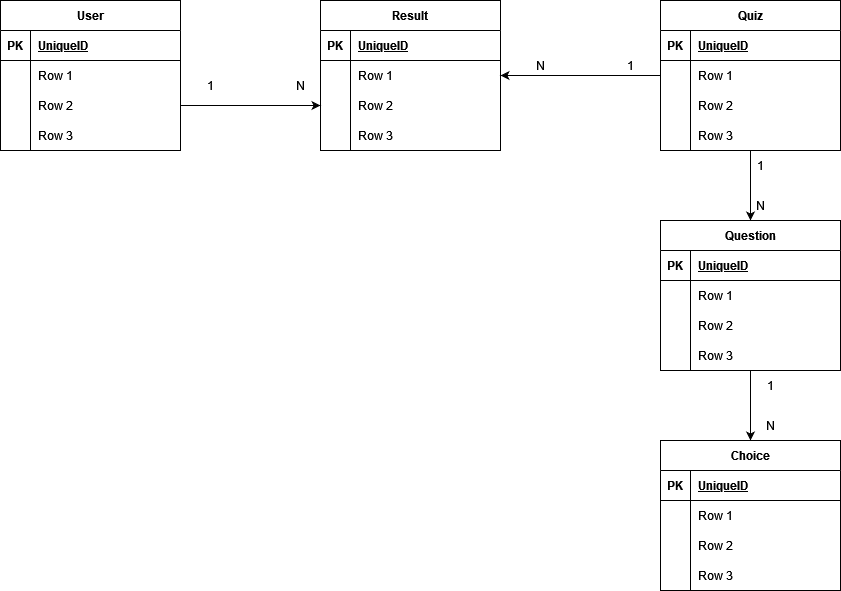
The draw.io diagram docs/DB schema.drawio.png in mikolaz27/quizez_2023, before a commit. Source tidied: cells renumbered, new cells last; positions are measured from the earlier drawing's top-left corner, leaving out a move shared by most shapes.
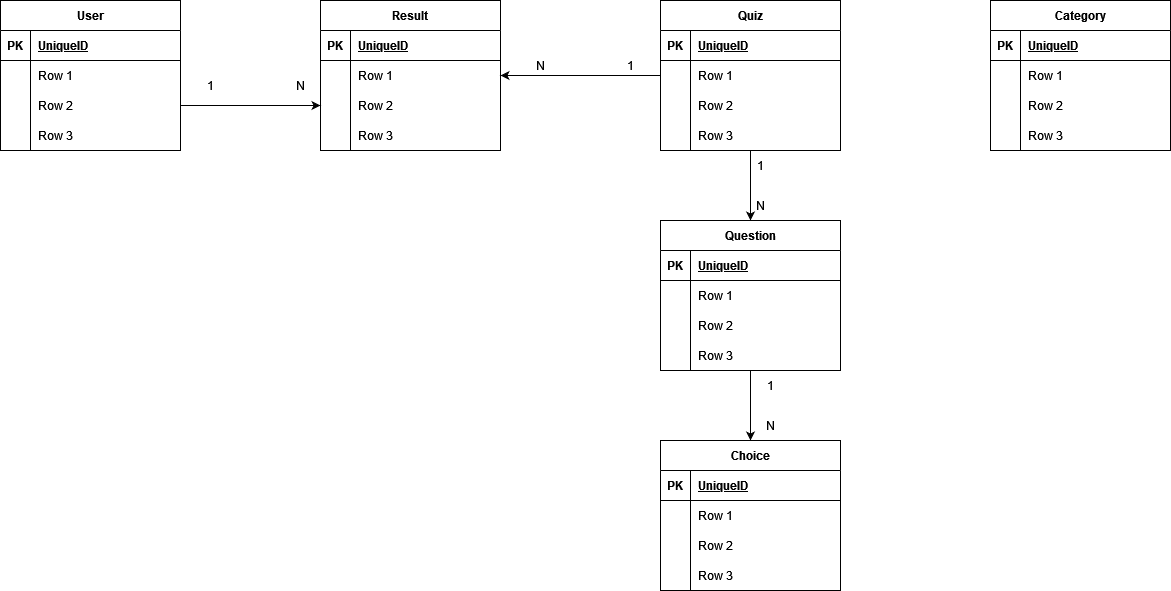
The same diagram one commit later.

Change to the diagram source:
```diff
@@ -233,5 +233,44 @@
     <mxCell id="78" value="N" style="text;html=1;strokeColor=none;fillColor=none;align=center;verticalAlign=middle;whiteSpace=wrap;rounded=0;" parent="1" vertex="1">
       <mxGeometry x="740" y="410" width="60" height="30" as="geometry" />
     </mxCell>
+    <mxCell id="79" value="Category" style="shape=table;startSize=30;rowLines=0;fontStyle=1;align=center;" parent="1" vertex="1">
+      <mxGeometry x="990" width="180" height="150" as="geometry" />
+    </mxCell>
+    <mxCell id="80" style="shape=tableRow;horizontal=0;startSize=0;swimlaneHead=0;swimlaneBody=0;fillColor=none;top=0;left=0;right=0;bottom=1;" parent="79" vertex="1">
+      <mxGeometry y="30" width="180" height="30" as="geometry" />
+    </mxCell>
+    <mxCell id="81" value="PK" style="shape=partialRectangle;fillColor=none;top=0;left=0;bottom=0;right=0;fontStyle=1;overflow=hidden;" parent="80" vertex="1">
+      <mxGeometry width="30" height="30" as="geometry" />
+    </mxCell>
+    <mxCell id="82" value="UniqueID" style="shape=partialRectangle;fillColor=none;top=0;left=0;bottom=0;right=0;align=left;spacingLeft=6;fontStyle=5;overflow=hidden;" parent="80" vertex="1">
+      <mxGeometry x="30" width="150" height="30" as="geometry" />
+    </mxCell>
+    <mxCell id="83" style="shape=tableRow;horizontal=0;startSize=0;swimlaneHead=0;swimlaneBody=0;fillColor=none;top=0;left=0;right=0;bottom=0;" parent="79" vertex="1">
+      <mxGeometry y="60" width="180" height="30" as="geometry" />
+    </mxCell>
+    <mxCell id="84" style="shape=partialRectangle;fillColor=none;top=0;left=0;bottom=0;right=0;overflow=hidden;" parent="83" vertex="1">
+      <mxGeometry width="30" height="30" as="geometry" />
+    </mxCell>
+    <mxCell id="85" value="Row 1" style="shape=partialRectangle;fillColor=none;top=0;left=0;bottom=0;right=0;align=left;spacingLeft=6;overflow=hidden;" parent="83" vertex="1">
+      <mxGeometry x="30" width="150" height="30" as="geometry" />
+    </mxCell>
+    <mxCell id="86" style="shape=tableRow;horizontal=0;startSize=0;swimlaneHead=0;swimlaneBody=0;fillColor=none;top=0;left=0;right=0;bottom=0;" parent="79" vertex="1">
+      <mxGeometry y="90" width="180" height="30" as="geometry" />
+    </mxCell>
+    <mxCell id="87" style="shape=partialRectangle;fillColor=none;top=0;left=0;bottom=0;right=0;overflow=hidden;" parent="86" vertex="1">
+      <mxGeometry width="30" height="30" as="geometry" />
+    </mxCell>
+    <mxCell id="88" value="Row 2" style="shape=partialRectangle;fillColor=none;top=0;left=0;bottom=0;right=0;align=left;spacingLeft=6;overflow=hidden;" parent="86" vertex="1">
+      <mxGeometry x="30" width="150" height="30" as="geometry" />
+    </mxCell>
+    <mxCell id="89" style="shape=tableRow;horizontal=0;startSize=0;swimlaneHead=0;swimlaneBody=0;fillColor=none;top=0;left=0;right=0;bottom=0;" parent="79" vertex="1">
+      <mxGeometry y="120" width="180" height="30" as="geometry" />
+    </mxCell>
+    <mxCell id="90" style="shape=partialRectangle;fillColor=none;top=0;left=0;bottom=0;right=0;overflow=hidden;" parent="89" vertex="1">
+      <mxGeometry width="30" height="30" as="geometry" />
+    </mxCell>
+    <mxCell id="91" value="Row 3" style="shape=partialRectangle;fillColor=none;top=0;left=0;bottom=0;right=0;align=left;spacingLeft=6;overflow=hidden;" parent="89" vertex="1">
+      <mxGeometry x="30" width="150" height="30" as="geometry" />
+    </mxCell>
   </root>
 </mxGraphModel>
```
